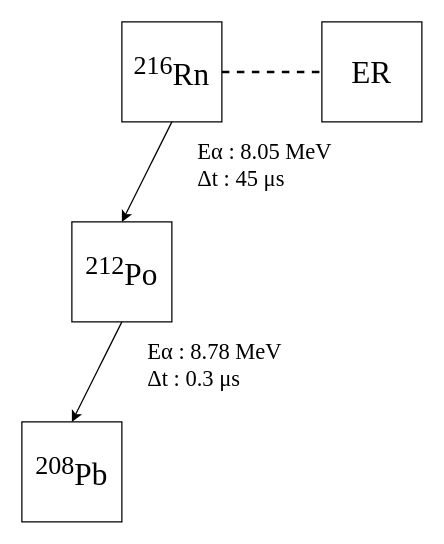
The draw.io diagram XMLfile/216Rn_decay.drawio in Kohta-jp/graph, before the edit. Source tidied: cells renumbered, new cells numbered last; positions are measured from the earlier drawing's top-left corner, leaving out a move shared by most shapes. Both pictures are drawn from the tidied source at 125%, with x=0, y=0 at pixel (21, 21).
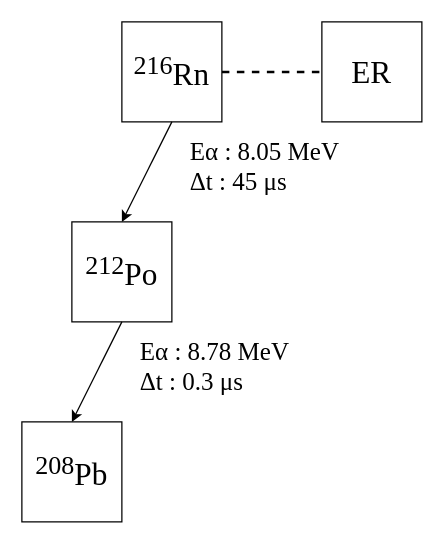
Above is the later version.

Commit message:
216Rn_decay.drawio を更新します

The edit, as a diff of the source:
```diff
@@
 <mxGraphModel>
   <root>
     <mxCell id="0" />
     <mxCell id="1" parent="0" />
     <mxCell id="2" value="ER" style="whiteSpace=wrap;html=1;fontFamily=Times New Roman;fontSize=25;" parent="1" vertex="1">
       <mxGeometry x="240" width="80" height="80" as="geometry" />
     </mxCell>
     <mxCell id="3" style="endArrow=none;dashed=1;html=1;rounded=0;endSize=6;strokeWidth=2;" parent="1" edge="1">
       <mxGeometry relative="1" as="geometry">
         <mxPoint x="160" y="40" as="sourcePoint" />
         <mxPoint x="240" y="40" as="targetPoint" />
       </mxGeometry>
     </mxCell>
     <mxCell id="4" value="&lt;sup&gt;216&lt;/sup&gt;Rn" style="whiteSpace=wrap;html=1;fontFamily=Times New Roman;fontSize=25;" parent="1" vertex="1">
       <mxGeometry x="80" width="80" height="80" as="geometry" />
     </mxCell>
     <mxCell id="5" style="endArrow=classic;html=1;rounded=0;exitX=0;exitY=1;exitDx=0;exitDy=0;entryX=0.5;entryY=0;entryDx=0;entryDy=0;" parent="1" edge="1" target="6">
       <mxGeometry relative="1" as="geometry">
         <mxPoint x="120" y="80" as="sourcePoint" />
       </mxGeometry>
     </mxCell>
     <mxCell id="6" value="&lt;sup&gt;212&lt;/sup&gt;Po" style="whiteSpace=wrap;html=1;fontFamily=Times New Roman;fontSize=25;" parent="1" vertex="1">
       <mxGeometry x="40" y="160" width="80" height="80" as="geometry" />
     </mxCell>
     <mxCell id="7" style="endArrow=classic;html=1;rounded=0;exitX=0.5;exitY=1;exitDx=0;exitDy=0;" parent="1" edge="1" source="6">
       <mxGeometry relative="1" as="geometry">
         <mxPoint x="40" y="320" as="targetPoint" />
       </mxGeometry>
     </mxCell>
     <mxCell id="8" value="&lt;sup&gt;208&lt;/sup&gt;Pb" style="whiteSpace=wrap;html=1;fontFamily=Times New Roman;fontSize=25;" parent="1" vertex="1">
       <mxGeometry y="320" width="80" height="80" as="geometry" />
     </mxCell>
-    <mxCell id="9" value="&lt;font style=&quot;font-size: 18px;&quot;&gt;Eα : 8.05 MeV&lt;br style=&quot;font-size: 18px;&quot;&gt;&lt;div style=&quot;text-align: left; font-size: 18px;&quot;&gt;&lt;span style=&quot;background-color: initial; font-size: 18px;&quot;&gt;Δt : 45 μs&lt;/span&gt;&lt;/div&gt;&lt;/font&gt;" style="text;html=1;strokeColor=none;fillColor=none;align=center;verticalAlign=middle;whiteSpace=wrap;rounded=0;labelPosition=center;verticalLabelPosition=middle;spacing=2;fontFamily=Times New Roman;fontSize=18;" parent="1" vertex="1">
+    <mxCell id="9" value="&lt;font style=&quot;font-size: 20px;&quot;&gt;Eα : 8.05 MeV&lt;br style=&quot;font-size: 20px;&quot;&gt;&lt;div style=&quot;text-align: left; font-size: 20px;&quot;&gt;&lt;span style=&quot;background-color: initial; font-size: 20px;&quot;&gt;Δt : 45 μs&lt;/span&gt;&lt;/div&gt;&lt;/font&gt;" style="text;html=1;strokeColor=none;fillColor=none;align=center;verticalAlign=middle;whiteSpace=wrap;rounded=0;labelPosition=center;verticalLabelPosition=middle;spacing=2;fontFamily=Times New Roman;fontSize=20;" parent="1" vertex="1">
       <mxGeometry x="120" y="90" width="149" height="50" as="geometry" />
     </mxCell>
-    <mxCell id="10" value="&lt;font style=&quot;font-size: 18px;&quot;&gt;Eα : 8.78 MeV&lt;br style=&quot;font-size: 18px;&quot;&gt;&lt;div style=&quot;text-align: left; font-size: 18px;&quot;&gt;&lt;span style=&quot;background-color: initial; font-size: 18px;&quot;&gt;Δt : 0.3&lt;/span&gt;&lt;span style=&quot;background-color: initial;&quot;&gt;&amp;nbsp;μs&lt;/span&gt;&lt;/div&gt;&lt;/font&gt;" style="text;html=1;strokeColor=none;fillColor=none;align=center;verticalAlign=middle;whiteSpace=wrap;rounded=0;labelPosition=center;verticalLabelPosition=middle;spacing=2;fontFamily=Times New Roman;fontSize=18;" parent="1" vertex="1">
+    <mxCell id="10" value="&lt;font style=&quot;font-size: 20px;&quot;&gt;Eα : 8.78 MeV&lt;br style=&quot;font-size: 20px;&quot;&gt;&lt;div style=&quot;text-align: left; font-size: 20px;&quot;&gt;&lt;span style=&quot;background-color: initial; font-size: 20px;&quot;&gt;Δt : 0.3&lt;/span&gt;&lt;span style=&quot;background-color: initial; font-size: 20px;&quot;&gt;&amp;nbsp;μs&lt;/span&gt;&lt;/div&gt;&lt;/font&gt;" style="text;html=1;strokeColor=none;fillColor=none;align=center;verticalAlign=middle;whiteSpace=wrap;rounded=0;labelPosition=center;verticalLabelPosition=middle;spacing=2;fontFamily=Times New Roman;fontSize=20;" parent="1" vertex="1">
       <mxGeometry x="80" y="250" width="149" height="50" as="geometry" />
     </mxCell>
   </root>
 </mxGraphModel>
```
